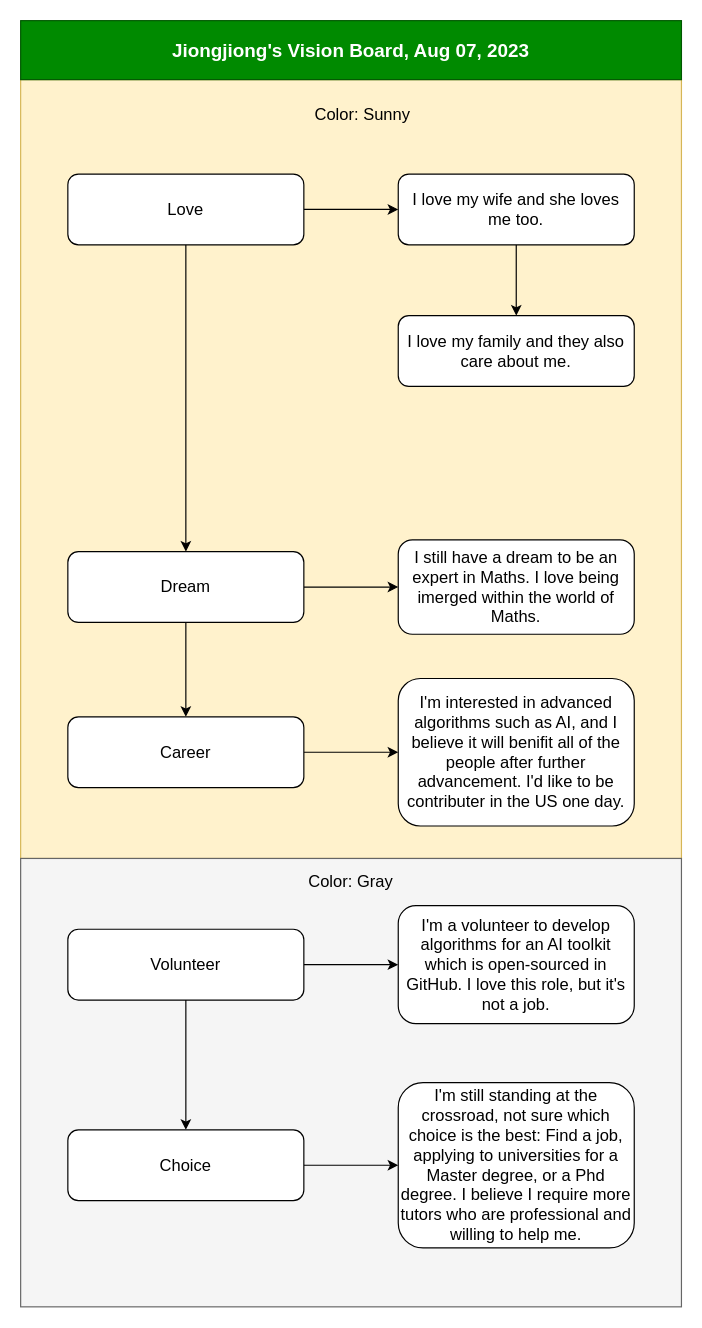
Earlier version of the draw.io diagram page "vision_board" (7 of 15) of YOLOv8n_arch.drawio (jiongjiongli/Neural-Network-Architecture-Diagrams). Source tidied: cells renumbered, new cells numbered last; positions are measured from the earlier drawing's top-left corner, leaving out a move shared by most shapes. Both pictures are drawn from the tidied source at 118%, with x=0, y=0 at pixel (20, 20).
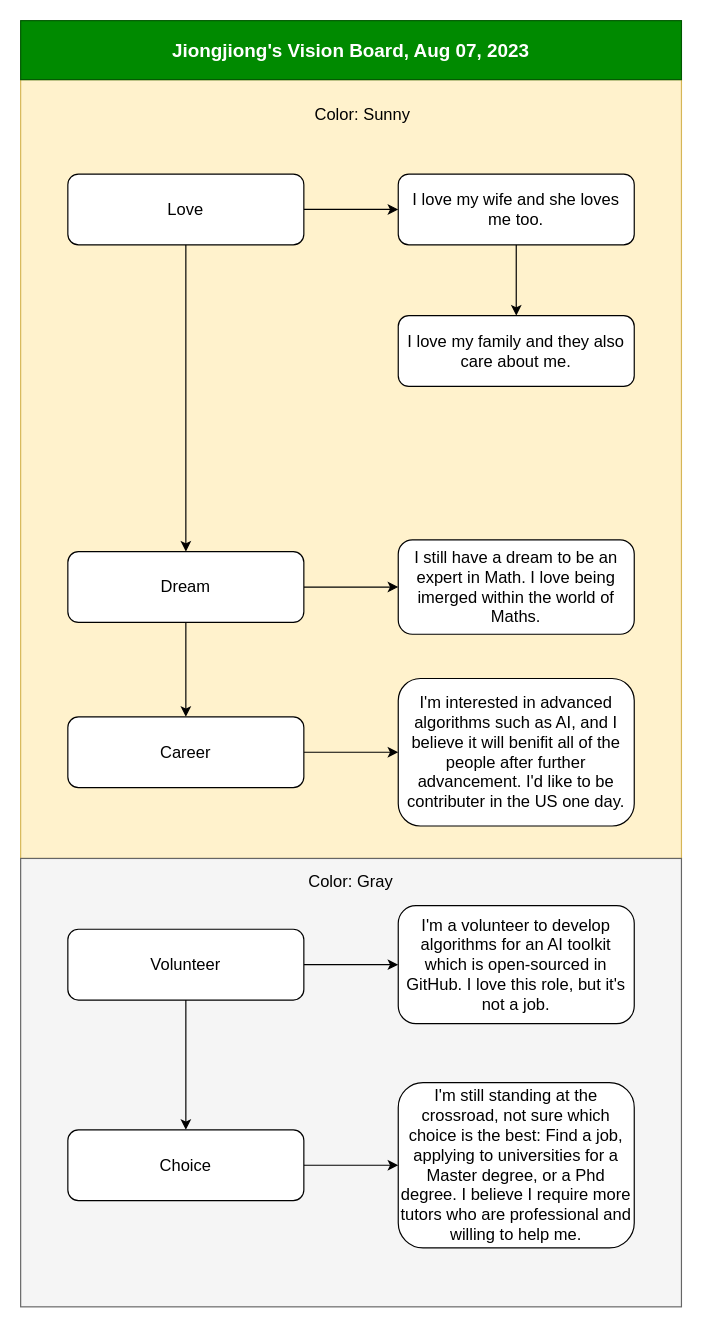
The same page after the edit.

Change to the diagram source:
```diff
@@
-    <mxCell id="13" value="&lt;span style=&quot;font-family: arial; font-size: 14px; text-align: left; background-color: rgb(255, 255, 255);&quot;&gt;I still have a dream to be an expert in Maths. I love being imerged within the world of Maths.&lt;/span&gt;" style="rounded=1;whiteSpace=wrap;html=1;fontSize=14;" parent="1" vertex="1">
+    <mxCell id="13" value="&lt;span style=&quot;font-family: &amp;#34;arial&amp;#34; ; font-size: 14px ; text-align: left ; background-color: rgb(255 , 255 , 255)&quot;&gt;I still have a dream to be an expert in Math. I love being imerged within the world of Maths.&lt;/span&gt;" style="rounded=1;whiteSpace=wrap;html=1;fontSize=14;" parent="1" vertex="1">
       <mxGeometry x="320" y="440" width="200" height="80" as="geometry" />
     </mxCell>
```
